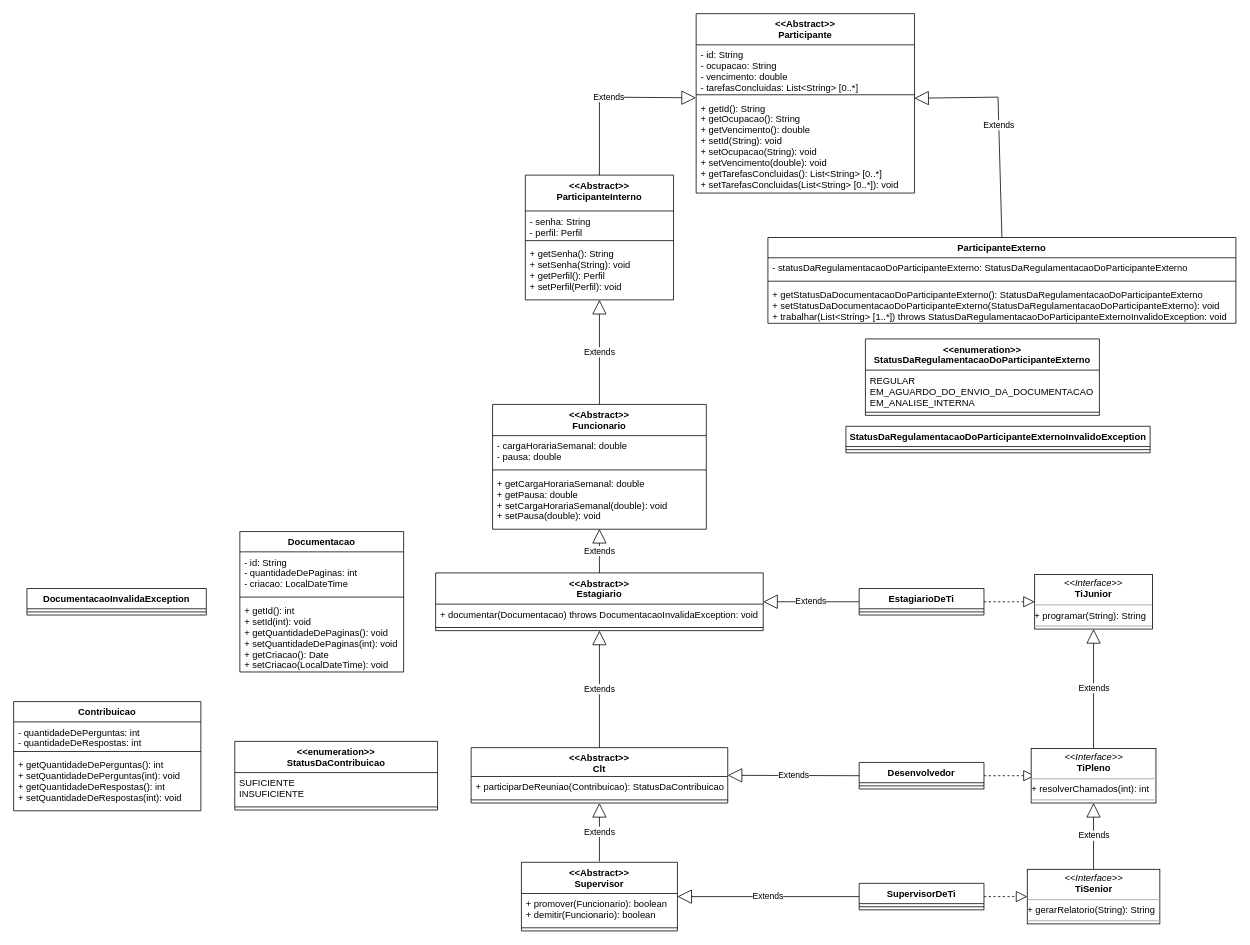
Before: erp.drawio in andre-alck/erp, a draw.io diagram. Source tidied: cells renumbered, new cells numbered last; positions are measured from the earlier drawing's top-left corner, leaving out a move shared by most shapes. Both pictures are drawn from the tidied source at 78%, with x=0, y=0 at pixel (13, 13).
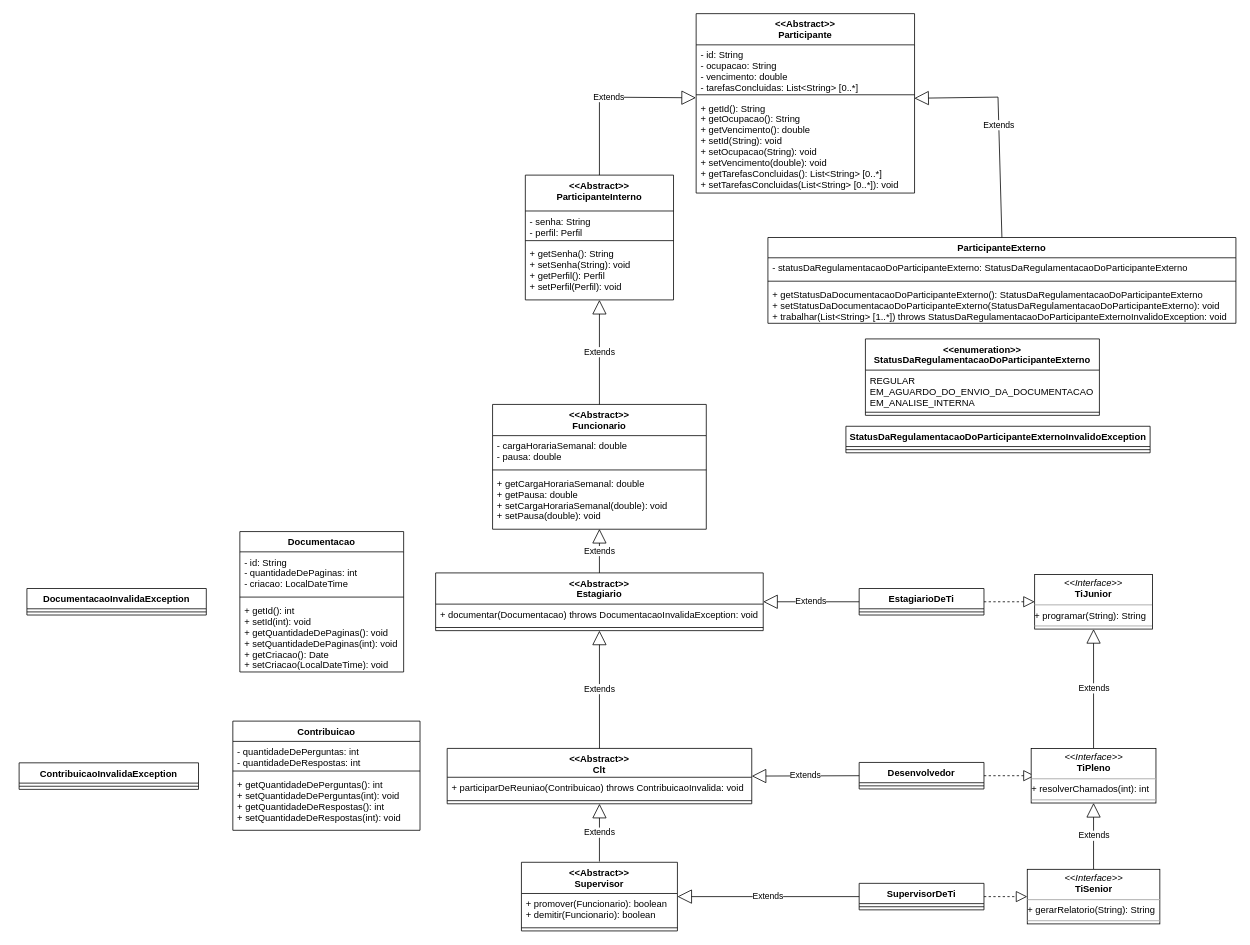
The same page after the edit.

Commit message (it also covers changes not shown here):
docs: update uml para participardereuniao

Change to the diagram source:
```diff
@@
     <mxCell id="43" value="&lt;&lt;Abstract&gt;&gt;&#10;Clt" style="swimlane;fontStyle=1;align=center;verticalAlign=top;horizontal=1;startSize=37;" parent="1" vertex="1">
-      <mxGeometry x="586.5" y="941" width="329" height="71" as="geometry" />
+      <mxGeometry x="555.8" y="942" width="390.5" height="71" as="geometry" />
     </mxCell>
-    <mxCell id="44" value="+ participarDeReuniao(Contribuicao): StatusDaContribuicao" style="text;strokeColor=none;fillColor=none;align=left;verticalAlign=top;spacingLeft=4;spacingRight=4;overflow=hidden;" parent="43" vertex="1">
-      <mxGeometry y="37" width="329" height="26" as="geometry" />
+    <mxCell id="44" value="+ participarDeReuniao(Contribuicao) throws ContribuicaoInvalida: void" style="text;strokeColor=none;fillColor=none;align=left;verticalAlign=top;spacingLeft=4;spacingRight=4;overflow=hidden;" parent="43" vertex="1">
+      <mxGeometry y="37" width="390.5" height="26" as="geometry" />
     </mxCell>
     <mxCell id="45" style="line;strokeWidth=1;fillColor=none;align=left;verticalAlign=middle;spacingTop=-1;spacingLeft=3;spacingRight=3;labelPosition=right;strokeColor=inherit;" parent="43" vertex="1">
-      <mxGeometry y="63" width="329" height="8" as="geometry" />
+      <mxGeometry y="63" width="390.5" height="8" as="geometry" />
     </mxCell>
@@
     <mxCell id="56" value="Contribuicao" style="swimlane;fontStyle=1;align=center;verticalAlign=top;horizontal=1;startSize=26;" parent="1" vertex="1">
-      <mxGeometry y="882" width="240" height="140" as="geometry" />
+      <mxGeometry x="281" y="907" width="240" height="140" as="geometry" />
     </mxCell>
@@
-    <mxCell id="61" value="&lt;&lt;enumeration&gt;&gt;&#10;StatusDaContribuicao" style="swimlane;fontStyle=1;align=center;verticalAlign=top;horizontal=1;startSize=40;" parent="1" vertex="1">
-      <mxGeometry x="283.5" y="933" width="260" height="88" as="geometry" />
-    </mxCell>
-    <mxCell id="62" value="SUFICIENTE&#10;INSUFICIENTE" style="text;strokeColor=none;fillColor=none;align=left;verticalAlign=top;spacingLeft=4;spacingRight=4;overflow=hidden;" parent="61" vertex="1">
-      <mxGeometry y="40" width="260" height="40" as="geometry" />
-    </mxCell>
-    <mxCell id="63" style="line;strokeWidth=1;fillColor=none;align=left;verticalAlign=middle;spacingTop=-1;spacingLeft=3;spacingRight=3;labelPosition=right;strokeColor=inherit;" parent="61" vertex="1">
-      <mxGeometry y="80" width="260" height="8" as="geometry" />
-    </mxCell>
@@
+    <mxCell id="69" value="ContribuicaoInvalidaException" style="swimlane;fontStyle=1;align=center;verticalAlign=top;horizontal=1;startSize=26;whiteSpace=wrap;html=1;" parent="1" vertex="1">
+      <mxGeometry x="7" y="960.5" width="230" height="34" as="geometry" />
+    </mxCell>
+    <mxCell id="70" style="line;strokeWidth=1;fillColor=none;align=left;verticalAlign=middle;spacingTop=-1;spacingLeft=3;spacingRight=3;labelPosition=right;strokeColor=inherit;" parent="69" vertex="1">
+      <mxGeometry y="26" width="230" height="8" as="geometry" />
+    </mxCell>
```
